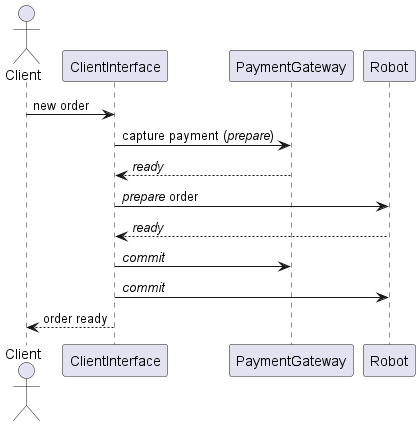
Above: img/diagrams/happy_sequence.png in rebeselman/tp2-concurrentes-1c2024 (PlantUML), before the change. Its diagram source:
```plantuml
@startuml happy sequence
actor Client
participant ClientInterface
participant PaymentGateway
participant Robot

Client -> ClientInterface: new order
ClientInterface -> PaymentGateway: capture payment (//prepare//)
PaymentGateway --> ClientInterface: //ready//
ClientInterface -> Robot: //prepare// order
Robot --> ClientInterface: //ready//
ClientInterface -> PaymentGateway: //commit//
ClientInterface -> Robot: //commit//
ClientInterface --> Client: order ready

@enduml
```
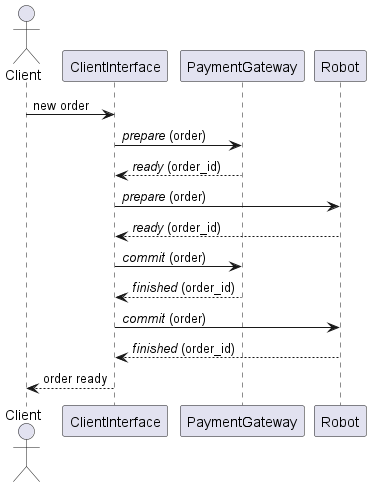
After the commit.

Commit message:
actualizo modelo de dominio, supuestos y diagramas de secuencia

What changed in the source:
```diff
@@ -5,12 +5,14 @@
 participant Robot
 
 Client -> ClientInterface: new order
-ClientInterface -> PaymentGateway: capture payment (//prepare//)
-PaymentGateway --> ClientInterface: //ready//
-ClientInterface -> Robot: //prepare// order
-Robot --> ClientInterface: //ready//
-ClientInterface -> PaymentGateway: //commit//
-ClientInterface -> Robot: //commit//
+ClientInterface -> PaymentGateway: //prepare// (order)
+PaymentGateway --> ClientInterface: //ready// (order_id)
+ClientInterface -> Robot: //prepare// (order)
+Robot --> ClientInterface: //ready// (order_id)
+ClientInterface -> PaymentGateway: //commit// (order)
+PaymentGateway --> ClientInterface: //finished// (order_id)
+ClientInterface -> Robot: //commit// (order)
+Robot --> ClientInterface: //finished// (order_id)
 ClientInterface --> Client: order ready
 
 @enduml
```
